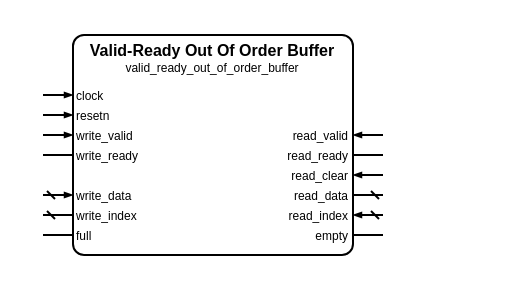
Earlier version of the draw.io diagram sources/data/valid_ready/reorder_buffer/valid_ready_reorder_buffer.symbol.drawio (Louis-DR/OmniCores-BuildingBlocks). Source tidied: cells renumbered, new cells numbered last; positions are measured from the earlier drawing's top-left corner, leaving out a move shared by most shapes. Both pictures are drawn from the tidied source at 200%, with x=0, y=0 at pixel (42, 34).
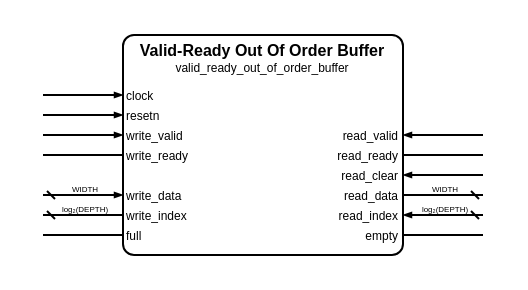
After the change.

Diff of the diagram source:
```diff
@@
     <mxCell id="2" style="group;" parent="1" vertex="1">
-      <mxGeometry width="170" height="110" as="geometry" />
+      <mxGeometry width="220" height="110" as="geometry" />
     </mxCell>
     <mxCell id="3" style="rounded=1;arcSize=5;fillColor=none;strokeWidth=1;strokeColor=black;whiteSpace=wrap;html=1;" parent="2" vertex="1">
-      <mxGeometry x="15" width="140" height="110" as="geometry" />
+      <mxGeometry x="40" width="140" height="110" as="geometry" />
     </mxCell>
     <mxCell id="4" value="Valid-Ready Out Of Order Buffer" style="text;html=1;align=center;verticalAlign=middle;whiteSpace=wrap;rounded=0;fontSize=8;fontStyle=1;fontColor=black;" parent="2" vertex="1">
-      <mxGeometry x="15" y="7" width="140" as="geometry" />
+      <mxGeometry x="40" y="7" width="140" as="geometry" />
     </mxCell>
     <mxCell id="5" value="valid_ready_out_of_order_buffer" style="text;html=1;align=center;verticalAlign=middle;whiteSpace=wrap;rounded=0;fontSize=6;fontStyle=0;fontColor=black;" parent="2" vertex="1">
-      <mxGeometry x="15" y="16" width="140" as="geometry" />
+      <mxGeometry x="40" y="16" width="140" as="geometry" />
     </mxCell>
     <mxCell id="6" value="clock" style="text;html=1;align=left;verticalAlign=middle;whiteSpace=wrap;rounded=0;fontSize=6;fontStyle=0;fontColor=black;" parent="2" vertex="1">
-      <mxGeometry x="15" y="30" width="140" as="geometry" />
+      <mxGeometry x="40" y="30" width="140" as="geometry" />
     </mxCell>
     <mxCell id="7" style="html=1;rounded=1;strokeWidth=1;strokeColor=black;startFill=0;startSize=2;startArrow=none;endFill=1;endSize=2;endArrow=blockThin;sourcePerimeterSpacing=0;" parent="2" edge="1">
       <mxGeometry relative="1" as="geometry">
         <mxPoint y="30" as="sourcePoint" />
-        <mxPoint x="15" y="30" as="targetPoint" />
+        <mxPoint x="40" y="30" as="targetPoint" />
       </mxGeometry>
     </mxCell>
     <mxCell id="8" value="resetn" style="text;html=1;align=left;verticalAlign=middle;whiteSpace=wrap;rounded=0;fontSize=6;fontStyle=0;fontColor=black;" parent="2" vertex="1">
-      <mxGeometry x="15" y="40" width="140" as="geometry" />
+      <mxGeometry x="40" y="40" width="140" as="geometry" />
     </mxCell>
     <mxCell id="9" style="html=1;rounded=1;strokeWidth=1;strokeColor=black;startFill=0;startSize=2;startArrow=none;endFill=1;endSize=2;endArrow=blockThin;sourcePerimeterSpacing=0;" parent="2" edge="1">
       <mxGeometry relative="1" as="geometry">
         <mxPoint y="40" as="sourcePoint" />
-        <mxPoint x="15" y="40" as="targetPoint" />
+        <mxPoint x="40" y="40" as="targetPoint" />
       </mxGeometry>
     </mxCell>
     <mxCell id="10" value="write_valid" style="text;html=1;align=left;verticalAlign=middle;whiteSpace=wrap;rounded=0;fontSize=6;fontStyle=0;fontColor=black;" parent="2" vertex="1">
-      <mxGeometry x="15" y="50" width="140" as="geometry" />
+      <mxGeometry x="40" y="50" width="140" as="geometry" />
     </mxCell>
     <mxCell id="11" style="html=1;rounded=1;strokeWidth=1;strokeColor=black;startFill=0;startSize=2;startArrow=none;endFill=1;endSize=2;endArrow=blockThin;sourcePerimeterSpacing=0;" parent="2" edge="1">
       <mxGeometry relative="1" as="geometry">
         <mxPoint y="50" as="sourcePoint" />
-        <mxPoint x="15" y="50" as="targetPoint" />
+        <mxPoint x="40" y="50" as="targetPoint" />
       </mxGeometry>
     </mxCell>
     <mxCell id="12" value="read_valid" style="text;html=1;align=right;verticalAlign=middle;whiteSpace=wrap;rounded=0;fontSize=6;fontStyle=0;fontColor=black;" parent="2" vertex="1">
-      <mxGeometry x="15" y="50" width="140" as="geometry" />
+      <mxGeometry x="40" y="50" width="140" as="geometry" />
     </mxCell>
     <mxCell id="13" style="html=1;rounded=1;strokeWidth=1;strokeColor=black;startFill=0;startSize=2;startArrow=none;endFill=1;endSize=2;endArrow=blockThin;sourcePerimeterSpacing=0;" parent="2" edge="1">
       <mxGeometry relative="1" as="geometry">
-        <mxPoint x="170" y="50" as="sourcePoint" />
-        <mxPoint x="155" y="50" as="targetPoint" />
+        <mxPoint x="220" y="50" as="sourcePoint" />
+        <mxPoint x="180" y="50" as="targetPoint" />
       </mxGeometry>
     </mxCell>
     <mxCell id="14" value="write_ready" style="text;html=1;align=left;verticalAlign=middle;whiteSpace=wrap;rounded=0;fontSize=6;fontStyle=0;fontColor=black;" parent="2" vertex="1">
-      <mxGeometry x="15" y="60" width="140" as="geometry" />
+      <mxGeometry x="40" y="60" width="140" as="geometry" />
     </mxCell>
     <mxCell id="15" style="html=1;rounded=1;strokeWidth=1;strokeColor=black;startFill=0;startSize=2;startArrow=none;endFill=1;endSize=2;endArrow=none;sourcePerimeterSpacing=0;" parent="2" edge="1">
       <mxGeometry relative="1" as="geometry">
         <mxPoint y="60" as="sourcePoint" />
-        <mxPoint x="15" y="60" as="targetPoint" />
+        <mxPoint x="40" y="60" as="targetPoint" />
       </mxGeometry>
     </mxCell>
     <mxCell id="16" value="read_ready" style="text;html=1;align=right;verticalAlign=middle;whiteSpace=wrap;rounded=0;fontSize=6;fontStyle=0;fontColor=black;" parent="2" vertex="1">
-      <mxGeometry x="15" y="60" width="140" as="geometry" />
+      <mxGeometry x="40" y="60" width="140" as="geometry" />
     </mxCell>
     <mxCell id="17" style="html=1;rounded=1;strokeWidth=1;strokeColor=black;startFill=0;startSize=2;startArrow=none;endFill=1;endSize=2;endArrow=none;sourcePerimeterSpacing=0;" parent="2" edge="1">
       <mxGeometry relative="1" as="geometry">
-        <mxPoint x="170" y="60" as="sourcePoint" />
-        <mxPoint x="155" y="60" as="targetPoint" />
+        <mxPoint x="220" y="60" as="sourcePoint" />
+        <mxPoint x="180" y="60" as="targetPoint" />
       </mxGeometry>
     </mxCell>
     <mxCell id="18" value="read_clear" style="text;html=1;align=right;verticalAlign=middle;whiteSpace=wrap;rounded=0;fontSize=6;fontStyle=0;fontColor=black;" parent="2" vertex="1">
-      <mxGeometry x="15" y="70" width="140" as="geometry" />
+      <mxGeometry x="40" y="70" width="140" as="geometry" />
     </mxCell>
     <mxCell id="19" style="html=1;rounded=1;strokeWidth=1;strokeColor=black;startFill=0;startSize=2;startArrow=none;endFill=1;endSize=2;endArrow=blockThin;sourcePerimeterSpacing=0;" parent="2" edge="1">
       <mxGeometry relative="1" as="geometry">
-        <mxPoint x="170" y="70" as="sourcePoint" />
-        <mxPoint x="155" y="70" as="targetPoint" />
+        <mxPoint x="220" y="70" as="sourcePoint" />
+        <mxPoint x="180" y="70" as="targetPoint" />
       </mxGeometry>
     </mxCell>
     <mxCell id="20" value="write_data" style="text;html=1;align=left;verticalAlign=middle;whiteSpace=wrap;rounded=0;fontSize=6;fontStyle=0;fontColor=black;" parent="2" vertex="1">
-      <mxGeometry x="15" y="80" width="140" as="geometry" />
+      <mxGeometry x="40" y="80" width="140" as="geometry" />
     </mxCell>
     <mxCell id="21" style="html=1;rounded=1;strokeWidth=1;strokeColor=black;startFill=0;startSize=2;startArrow=dash;endFill=1;endSize=2;endArrow=blockThin;sourcePerimeterSpacing=0;" parent="2" edge="1">
       <mxGeometry relative="1" as="geometry">
         <mxPoint y="80" as="sourcePoint" />
-        <mxPoint x="15" y="80" as="targetPoint" />
+        <mxPoint x="40" y="80" as="targetPoint" />
       </mxGeometry>
     </mxCell>
+    <mxCell id="32" value="WIDTH" style="text;html=1;align=center;verticalAlign=middle;whiteSpace=nowrap;rounded=0;fontSize=4;fontStyle=0;fontColor=black;" parent="2" vertex="1">
+      <mxGeometry x="20" y="77" as="geometry" />
+    </mxCell>
     <mxCell id="22" value="read_data" style="text;html=1;align=right;verticalAlign=middle;whiteSpace=wrap;rounded=0;fontSize=6;fontStyle=0;fontColor=black;" parent="2" vertex="1">
-      <mxGeometry x="15" y="80" width="140" as="geometry" />
+      <mxGeometry x="40" y="80" width="140" as="geometry" />
     </mxCell>
     <mxCell id="23" style="html=1;rounded=1;strokeWidth=1;strokeColor=black;startFill=0;startSize=2;startArrow=dash;endFill=1;endSize=2;endArrow=none;sourcePerimeterSpacing=0;" parent="2" edge="1">
       <mxGeometry relative="1" as="geometry">
-        <mxPoint x="170" y="80" as="sourcePoint" />
-        <mxPoint x="155" y="80" as="targetPoint" />
+        <mxPoint x="220" y="80" as="sourcePoint" />
+        <mxPoint x="180" y="80" as="targetPoint" />
       </mxGeometry>
     </mxCell>
+    <mxCell id="33" value="WIDTH" style="text;html=1;align=center;verticalAlign=middle;whiteSpace=nowrap;rounded=0;fontSize=4;fontStyle=0;fontColor=black;" parent="2" vertex="1">
+      <mxGeometry x="200" y="77" as="geometry" />
+    </mxCell>
     <mxCell id="24" value="write_index" style="text;html=1;align=left;verticalAlign=middle;whiteSpace=wrap;rounded=0;fontSize=6;fontStyle=0;fontColor=black;" parent="2" vertex="1">
-      <mxGeometry x="15" y="90" width="140" as="geometry" />
+      <mxGeometry x="40" y="90" width="140" as="geometry" />
     </mxCell>
     <mxCell id="25" style="html=1;rounded=1;strokeWidth=1;strokeColor=black;startFill=0;startSize=2;startArrow=dash;endFill=1;endSize=2;endArrow=none;sourcePerimeterSpacing=0;" parent="2" edge="1">
       <mxGeometry relative="1" as="geometry">
         <mxPoint y="90" as="sourcePoint" />
-        <mxPoint x="15" y="90" as="targetPoint" />
+        <mxPoint x="40" y="90" as="targetPoint" />
       </mxGeometry>
     </mxCell>
+    <mxCell id="34" value="log₂(DEPTH)" style="text;html=1;align=center;verticalAlign=middle;whiteSpace=nowrap;rounded=0;fontSize=4;fontStyle=0;fontColor=black;" parent="2" vertex="1">
+      <mxGeometry x="20" y="87" as="geometry" />
+    </mxCell>
     <mxCell id="26" value="read_index" style="text;html=1;align=right;verticalAlign=middle;whiteSpace=wrap;rounded=0;fontSize=6;fontStyle=0;fontColor=black;" parent="2" vertex="1">
-      <mxGeometry x="15" y="90" width="140" as="geometry" />
+      <mxGeometry x="40" y="90" width="140" as="geometry" />
     </mxCell>
     <mxCell id="27" style="html=1;rounded=1;strokeWidth=1;strokeColor=black;startFill=0;startSize=2;startArrow=dash;endFill=1;endSize=2;endArrow=blockThin;sourcePerimeterSpacing=0;" parent="2" edge="1">
       <mxGeometry relative="1" as="geometry">
-        <mxPoint x="170" y="90" as="sourcePoint" />
-        <mxPoint x="155" y="90" as="targetPoint" />
+        <mxPoint x="220" y="90" as="sourcePoint" />
+        <mxPoint x="180" y="90" as="targetPoint" />
       </mxGeometry>
     </mxCell>
+    <mxCell id="35" value="log₂(DEPTH)" style="text;html=1;align=center;verticalAlign=middle;whiteSpace=nowrap;rounded=0;fontSize=4;fontStyle=0;fontColor=black;" parent="2" vertex="1">
+      <mxGeometry x="200" y="87" as="geometry" />
+    </mxCell>
     <mxCell id="28" value="full" style="text;html=1;align=left;verticalAlign=middle;whiteSpace=wrap;rounded=0;fontSize=6;fontStyle=0;fontColor=black;" parent="2" vertex="1">
-      <mxGeometry x="15" y="100" width="140" as="geometry" />
+      <mxGeometry x="40" y="100" width="140" as="geometry" />
     </mxCell>
     <mxCell id="29" style="html=1;rounded=1;strokeWidth=1;strokeColor=black;startFill=0;startSize=2;startArrow=none;endFill=1;endSize=2;endArrow=none;sourcePerimeterSpacing=0;" parent="2" edge="1">
       <mxGeometry relative="1" as="geometry">
         <mxPoint y="100" as="sourcePoint" />
-        <mxPoint x="15" y="100" as="targetPoint" />
+        <mxPoint x="40" y="100" as="targetPoint" />
       </mxGeometry>
     </mxCell>
     <mxCell id="30" value="empty" style="text;html=1;align=right;verticalAlign=middle;whiteSpace=wrap;rounded=0;fontSize=6;fontStyle=0;fontColor=black;" parent="2" vertex="1">
-      <mxGeometry x="15" y="100" width="140" as="geometry" />
+      <mxGeometry x="40" y="100" width="140" as="geometry" />
     </mxCell>
     <mxCell id="31" style="html=1;rounded=1;strokeWidth=1;strokeColor=black;startFill=0;startSize=2;startArrow=none;endFill=1;endSize=2;endArrow=none;sourcePerimeterSpacing=0;" parent="2" edge="1">
       <mxGeometry relative="1" as="geometry">
-        <mxPoint x="170" y="100" as="sourcePoint" />
-        <mxPoint x="155" y="100" as="targetPoint" />
+        <mxPoint x="220" y="100" as="sourcePoint" />
+        <mxPoint x="180" y="100" as="targetPoint" />
       </mxGeometry>
     </mxCell>
```
